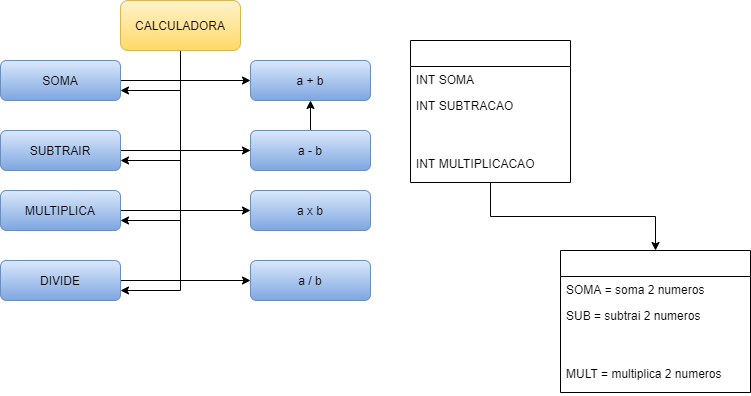
Earlier version of the draw.io export UML.png (gasperpb/Classe-calculadora-em-java). Source tidied: cells renumbered, new cells last; positions are measured from the earlier drawing's top-left corner, leaving out a move shared by most shapes. Source of this version:
```xml
<mxGraphModel>
  <root>
    <mxCell id="0" />
    <mxCell id="1" parent="0" />
    <mxCell id="2" style="edgeStyle=orthogonalEdgeStyle;rounded=0;jettySize=auto;html=1;entryX=1;entryY=0.75;entryDx=0;entryDy=0;" parent="1" edge="1" source="6" target="12">
      <mxGeometry relative="1" as="geometry" />
    </mxCell>
    <mxCell id="3" style="edgeStyle=orthogonalEdgeStyle;rounded=0;jettySize=auto;html=1;entryX=1;entryY=0.75;entryDx=0;entryDy=0;" parent="1" edge="1" source="6" target="8">
      <mxGeometry relative="1" as="geometry" />
    </mxCell>
    <mxCell id="4" style="edgeStyle=orthogonalEdgeStyle;rounded=0;jettySize=auto;html=1;entryX=1;entryY=0.75;entryDx=0;entryDy=0;" parent="1" edge="1" source="6" target="10">
      <mxGeometry relative="1" as="geometry" />
    </mxCell>
    <mxCell id="5" style="edgeStyle=orthogonalEdgeStyle;rounded=0;jettySize=auto;html=1;" parent="1" edge="1" source="6" target="20">
      <mxGeometry relative="1" as="geometry">
        <Array as="points">
          <mxPoint x="180" y="90" />
        </Array>
      </mxGeometry>
    </mxCell>
    <mxCell id="6" value="&lt;font color=&quot;#000000&quot;&gt;CALCULADORA&lt;/font&gt;" style="rounded=1;whiteSpace=wrap;html=1;fillColor=#fff2cc;strokeColor=#d6b656;gradientColor=#ffd966;" parent="1" vertex="1">
      <mxGeometry x="120" width="120" height="50" as="geometry" />
    </mxCell>
    <mxCell id="7" style="edgeStyle=orthogonalEdgeStyle;rounded=0;jettySize=auto;html=1;" parent="1" edge="1" source="8" target="23">
      <mxGeometry relative="1" as="geometry" />
    </mxCell>
    <mxCell id="8" value="SUBTRAIR" style="rounded=1;whiteSpace=wrap;html=1;gradientColor=#7ea6e0;fillColor=#dae8fc;strokeColor=#6c8ebf;fontColor=#000000;" parent="1" vertex="1">
      <mxGeometry y="130" width="120" height="40" as="geometry" />
    </mxCell>
    <mxCell id="9" style="edgeStyle=orthogonalEdgeStyle;rounded=0;jettySize=auto;html=1;" parent="1" edge="1" source="10" target="24">
      <mxGeometry relative="1" as="geometry" />
    </mxCell>
    <mxCell id="10" value="MULTIPLICA" style="rounded=1;whiteSpace=wrap;html=1;gradientColor=#7ea6e0;fillColor=#dae8fc;strokeColor=#6c8ebf;fontColor=#000000;" parent="1" vertex="1">
      <mxGeometry y="190" width="120" height="40" as="geometry" />
    </mxCell>
    <mxCell id="11" style="edgeStyle=orthogonalEdgeStyle;rounded=0;jettySize=auto;html=1;entryX=0;entryY=0.5;entryDx=0;entryDy=0;" parent="1" edge="1" source="12" target="25">
      <mxGeometry relative="1" as="geometry" />
    </mxCell>
    <mxCell id="12" value="DIVIDE" style="rounded=1;whiteSpace=wrap;html=1;gradientColor=#7ea6e0;fillColor=#dae8fc;strokeColor=#6c8ebf;fontColor=#000000;" parent="1" vertex="1">
      <mxGeometry y="260" width="120" height="40" as="geometry" />
    </mxCell>
    <mxCell id="13" style="edgeStyle=orthogonalEdgeStyle;rounded=0;jettySize=auto;html=1;entryX=0.5;entryY=0;entryDx=0;entryDy=0;" parent="1" edge="1" source="14" target="26">
      <mxGeometry relative="1" as="geometry" />
    </mxCell>
    <mxCell id="14" value="CALCULADORA" style="swimlane;fontStyle=0;horizontal=1;startSize=26;fillColor=none;fontColor=#FFFFFF;" parent="1" vertex="1">
      <mxGeometry x="410" y="40" width="160" height="142" as="geometry" />
    </mxCell>
    <mxCell id="15" value="INT SOMA" style="text;strokeColor=none;fillColor=none;align=left;verticalAlign=top;spacingLeft=4;spacingRight=4;overflow=hidden;" parent="14" vertex="1">
      <mxGeometry y="26" width="160" height="26" as="geometry" />
    </mxCell>
    <mxCell id="16" value="INT SUBTRACAO" style="text;strokeColor=none;fillColor=none;align=left;verticalAlign=top;spacingLeft=4;spacingRight=4;overflow=hidden;" parent="14" vertex="1">
      <mxGeometry y="52" width="160" height="26" as="geometry" />
    </mxCell>
    <mxCell id="17" value="INT DIVISAO" style="text;strokeColor=none;fillColor=none;align=left;verticalAlign=top;spacingLeft=4;spacingRight=4;overflow=hidden;fontColor=#FFFFFF;" parent="14" vertex="1">
      <mxGeometry y="78" width="160" height="32" as="geometry" />
    </mxCell>
    <mxCell id="18" value="INT MULTIPLICACAO" style="text;strokeColor=none;fillColor=none;align=left;verticalAlign=top;spacingLeft=4;spacingRight=4;overflow=hidden;" parent="14" vertex="1">
      <mxGeometry y="110" width="160" height="32" as="geometry" />
    </mxCell>
    <mxCell id="19" style="edgeStyle=orthogonalEdgeStyle;rounded=0;jettySize=auto;html=1;" parent="1" edge="1" source="20" target="21">
      <mxGeometry relative="1" as="geometry" />
    </mxCell>
    <mxCell id="20" value="SOMA" style="rounded=1;whiteSpace=wrap;html=1;gradientColor=#7ea6e0;fillColor=#dae8fc;strokeColor=#6c8ebf;fontColor=#000000;" parent="1" vertex="1">
      <mxGeometry y="60" width="120" height="40" as="geometry" />
    </mxCell>
    <mxCell id="21" value="a + b" style="rounded=1;whiteSpace=wrap;html=1;gradientColor=#7ea6e0;fillColor=#dae8fc;strokeColor=#6c8ebf;fontColor=#000000;" parent="1" vertex="1">
      <mxGeometry x="250" y="60" width="120" height="40" as="geometry" />
    </mxCell>
    <mxCell id="22" style="edgeStyle=orthogonalEdgeStyle;rounded=0;jettySize=auto;html=1;" parent="1" edge="1" source="23" target="21">
      <mxGeometry relative="1" as="geometry" />
    </mxCell>
    <mxCell id="23" value="a - b" style="rounded=1;whiteSpace=wrap;html=1;gradientColor=#7ea6e0;fillColor=#dae8fc;strokeColor=#6c8ebf;fontColor=#000000;" parent="1" vertex="1">
      <mxGeometry x="250" y="130" width="120" height="40" as="geometry" />
    </mxCell>
    <mxCell id="24" value="a x b" style="rounded=1;whiteSpace=wrap;html=1;gradientColor=#7ea6e0;fillColor=#dae8fc;strokeColor=#6c8ebf;fontColor=#000000;" parent="1" vertex="1">
      <mxGeometry x="250" y="190" width="120" height="40" as="geometry" />
    </mxCell>
    <mxCell id="25" value="a / b" style="rounded=1;whiteSpace=wrap;html=1;gradientColor=#7ea6e0;fillColor=#dae8fc;strokeColor=#6c8ebf;fontColor=#000000;" parent="1" vertex="1">
      <mxGeometry x="250" y="260" width="120" height="40" as="geometry" />
    </mxCell>
    <mxCell id="26" value="TESTECALCULADORA" style="swimlane;fontStyle=0;horizontal=1;startSize=26;fillColor=none;fontColor=#FFFFFF;" parent="1" vertex="1">
      <mxGeometry x="560" y="250" width="190" height="142" as="geometry" />
    </mxCell>
    <mxCell id="27" value="SOMA = soma 2 numeros " style="text;strokeColor=none;fillColor=none;align=left;verticalAlign=top;spacingLeft=4;spacingRight=4;overflow=hidden;" parent="26" vertex="1">
      <mxGeometry y="26" width="190" height="26" as="geometry" />
    </mxCell>
    <mxCell id="28" value="SUB = subtrai 2 numeros" style="text;strokeColor=none;fillColor=none;align=left;verticalAlign=top;spacingLeft=4;spacingRight=4;overflow=hidden;" parent="26" vertex="1">
      <mxGeometry y="52" width="190" height="26" as="geometry" />
    </mxCell>
    <mxCell id="29" value="DIVI =  divide 2 numeros" style="text;strokeColor=none;fillColor=none;align=left;verticalAlign=top;spacingLeft=4;spacingRight=4;overflow=hidden;fontColor=#FFFFFF;" parent="26" vertex="1">
      <mxGeometry y="78" width="190" height="32" as="geometry" />
    </mxCell>
    <mxCell id="30" value="MULT = multiplica 2 numeros" style="text;strokeColor=none;fillColor=none;align=left;verticalAlign=top;spacingLeft=4;spacingRight=4;overflow=hidden;" parent="26" vertex="1">
      <mxGeometry y="110" width="190" height="32" as="geometry" />
    </mxCell>
  </root>
</mxGraphModel>
```
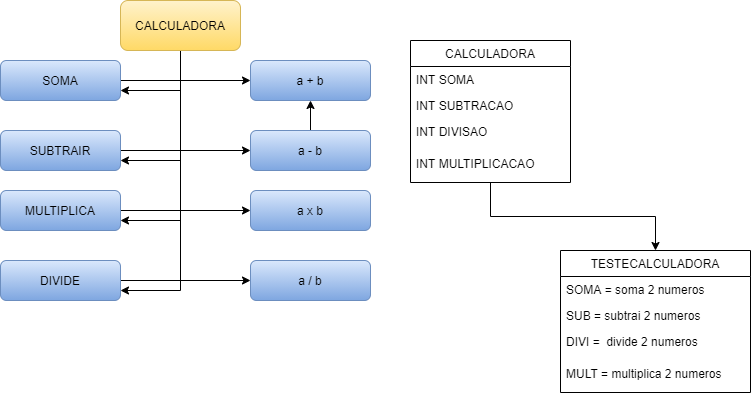
Later version of the same file.

Change to the diagram source:
```diff
@@ -39,22 +39,22 @@
     <mxCell id="12" value="DIVIDE" style="rounded=1;whiteSpace=wrap;html=1;gradientColor=#7ea6e0;fillColor=#dae8fc;strokeColor=#6c8ebf;fontColor=#000000;" parent="1" vertex="1">
       <mxGeometry y="260" width="120" height="40" as="geometry" />
     </mxCell>
-    <mxCell id="13" style="edgeStyle=orthogonalEdgeStyle;rounded=0;jettySize=auto;html=1;entryX=0.5;entryY=0;entryDx=0;entryDy=0;" parent="1" edge="1" source="14" target="26">
+    <mxCell id="13" style="edgeStyle=orthogonalEdgeStyle;rounded=0;jettySize=auto;html=1;entryX=0.5;entryY=0;entryDx=0;entryDy=0;fontColor=#000000;" parent="1" edge="1" source="14" target="26">
       <mxGeometry relative="1" as="geometry" />
     </mxCell>
-    <mxCell id="14" value="CALCULADORA" style="swimlane;fontStyle=0;horizontal=1;startSize=26;fillColor=none;fontColor=#FFFFFF;" parent="1" vertex="1">
+    <mxCell id="14" value="CALCULADORA" style="swimlane;fontStyle=0;horizontal=1;startSize=26;fillColor=none;fontColor=#000000;" parent="1" vertex="1">
       <mxGeometry x="410" y="40" width="160" height="142" as="geometry" />
     </mxCell>
-    <mxCell id="15" value="INT SOMA" style="text;strokeColor=none;fillColor=none;align=left;verticalAlign=top;spacingLeft=4;spacingRight=4;overflow=hidden;" parent="14" vertex="1">
+    <mxCell id="15" value="INT SOMA" style="text;strokeColor=none;fillColor=none;align=left;verticalAlign=top;spacingLeft=4;spacingRight=4;overflow=hidden;fontColor=#000000;" parent="14" vertex="1">
       <mxGeometry y="26" width="160" height="26" as="geometry" />
     </mxCell>
-    <mxCell id="16" value="INT SUBTRACAO" style="text;strokeColor=none;fillColor=none;align=left;verticalAlign=top;spacingLeft=4;spacingRight=4;overflow=hidden;" parent="14" vertex="1">
+    <mxCell id="16" value="INT SUBTRACAO" style="text;strokeColor=none;fillColor=none;align=left;verticalAlign=top;spacingLeft=4;spacingRight=4;overflow=hidden;fontColor=#000000;" parent="14" vertex="1">
       <mxGeometry y="52" width="160" height="26" as="geometry" />
     </mxCell>
-    <mxCell id="17" value="INT DIVISAO" style="text;strokeColor=none;fillColor=none;align=left;verticalAlign=top;spacingLeft=4;spacingRight=4;overflow=hidden;fontColor=#FFFFFF;" parent="14" vertex="1">
+    <mxCell id="17" value="INT DIVISAO" style="text;strokeColor=none;fillColor=none;align=left;verticalAlign=top;spacingLeft=4;spacingRight=4;overflow=hidden;fontColor=#000000;" parent="14" vertex="1">
       <mxGeometry y="78" width="160" height="32" as="geometry" />
     </mxCell>
-    <mxCell id="18" value="INT MULTIPLICACAO" style="text;strokeColor=none;fillColor=none;align=left;verticalAlign=top;spacingLeft=4;spacingRight=4;overflow=hidden;" parent="14" vertex="1">
+    <mxCell id="18" value="INT MULTIPLICACAO" style="text;strokeColor=none;fillColor=none;align=left;verticalAlign=top;spacingLeft=4;spacingRight=4;overflow=hidden;fontColor=#000000;" parent="14" vertex="1">
       <mxGeometry y="110" width="160" height="32" as="geometry" />
     </mxCell>
     <mxCell id="19" style="edgeStyle=orthogonalEdgeStyle;rounded=0;jettySize=auto;html=1;" parent="1" edge="1" source="20" target="21">
@@ -78,19 +78,19 @@
     <mxCell id="25" value="a / b" style="rounded=1;whiteSpace=wrap;html=1;gradientColor=#7ea6e0;fillColor=#dae8fc;strokeColor=#6c8ebf;fontColor=#000000;" parent="1" vertex="1">
       <mxGeometry x="250" y="260" width="120" height="40" as="geometry" />
     </mxCell>
-    <mxCell id="26" value="TESTECALCULADORA" style="swimlane;fontStyle=0;horizontal=1;startSize=26;fillColor=none;fontColor=#FFFFFF;" parent="1" vertex="1">
+    <mxCell id="26" value="TESTECALCULADORA" style="swimlane;fontStyle=0;horizontal=1;startSize=26;fillColor=none;fontColor=#000000;" parent="1" vertex="1">
       <mxGeometry x="560" y="250" width="190" height="142" as="geometry" />
     </mxCell>
-    <mxCell id="27" value="SOMA = soma 2 numeros " style="text;strokeColor=none;fillColor=none;align=left;verticalAlign=top;spacingLeft=4;spacingRight=4;overflow=hidden;" parent="26" vertex="1">
+    <mxCell id="27" value="SOMA = soma 2 numeros " style="text;strokeColor=none;fillColor=none;align=left;verticalAlign=top;spacingLeft=4;spacingRight=4;overflow=hidden;fontColor=#000000;" parent="26" vertex="1">
       <mxGeometry y="26" width="190" height="26" as="geometry" />
     </mxCell>
-    <mxCell id="28" value="SUB = subtrai 2 numeros" style="text;strokeColor=none;fillColor=none;align=left;verticalAlign=top;spacingLeft=4;spacingRight=4;overflow=hidden;" parent="26" vertex="1">
+    <mxCell id="28" value="SUB = subtrai 2 numeros" style="text;strokeColor=none;fillColor=none;align=left;verticalAlign=top;spacingLeft=4;spacingRight=4;overflow=hidden;fontColor=#000000;" parent="26" vertex="1">
       <mxGeometry y="52" width="190" height="26" as="geometry" />
     </mxCell>
-    <mxCell id="29" value="DIVI =  divide 2 numeros" style="text;strokeColor=none;fillColor=none;align=left;verticalAlign=top;spacingLeft=4;spacingRight=4;overflow=hidden;fontColor=#FFFFFF;" parent="26" vertex="1">
+    <mxCell id="29" value="DIVI =  divide 2 numeros" style="text;strokeColor=none;fillColor=none;align=left;verticalAlign=top;spacingLeft=4;spacingRight=4;overflow=hidden;fontColor=#000000;" parent="26" vertex="1">
       <mxGeometry y="78" width="190" height="32" as="geometry" />
     </mxCell>
-    <mxCell id="30" value="MULT = multiplica 2 numeros" style="text;strokeColor=none;fillColor=none;align=left;verticalAlign=top;spacingLeft=4;spacingRight=4;overflow=hidden;" parent="26" vertex="1">
+    <mxCell id="30" value="MULT = multiplica 2 numeros" style="text;strokeColor=none;fillColor=none;align=left;verticalAlign=top;spacingLeft=4;spacingRight=4;overflow=hidden;fontColor=#000000;" parent="26" vertex="1">
       <mxGeometry y="110" width="190" height="32" as="geometry" />
     </mxCell>
   </root>
```
